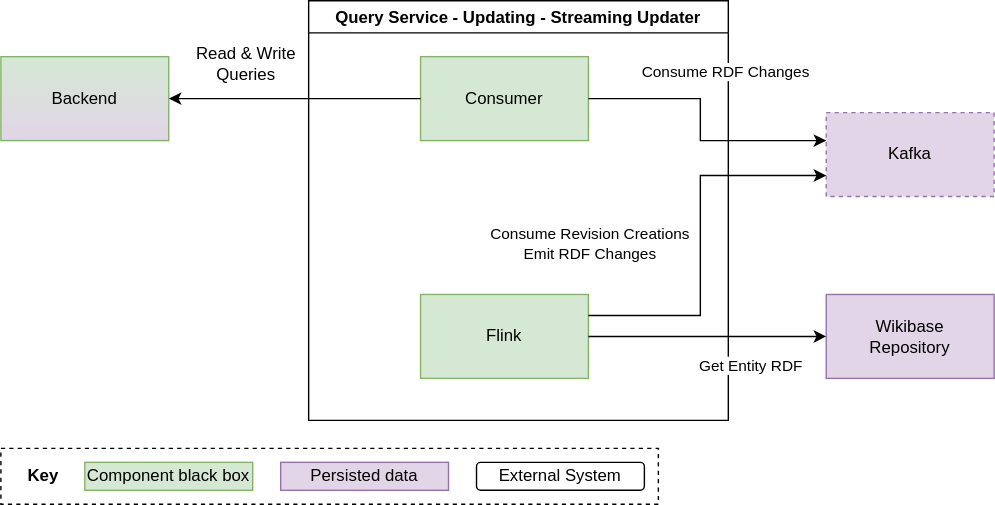
The draw.io diagram systems/Query/diagrams/05-02-streaming-updater.drawio.svg in wmde/wikidata-wikibase-architecture, before a commit. Source tidied: cells renumbered, new cells last; positions are measured from the earlier drawing's top-left corner, leaving out a move shared by most shapes.
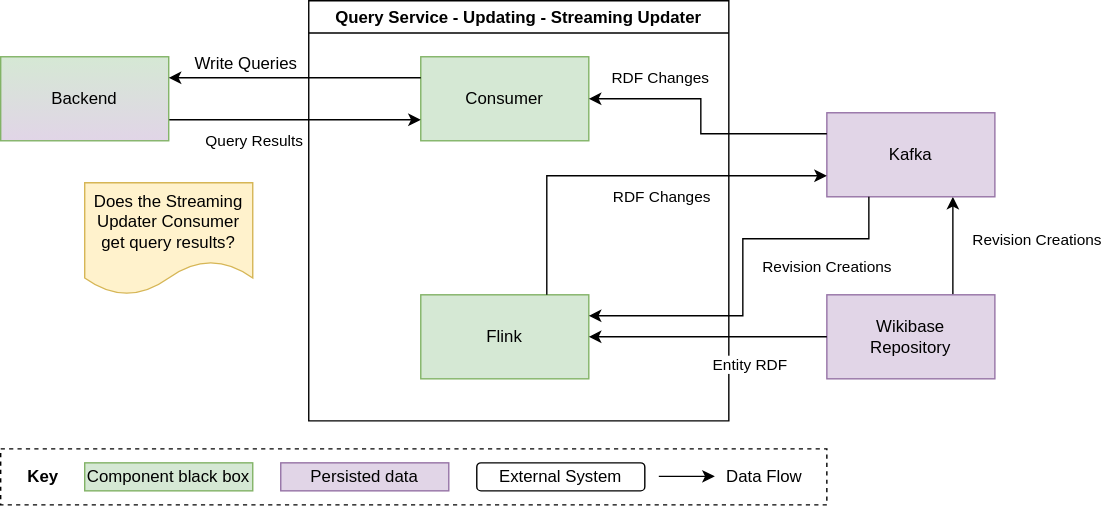
After the change.

Commit message:
Fix all query arrow directions & add to key

Change to the diagram source:
```diff
@@ -12,7 +12,7 @@
       <mxGeometry x="80" y="40" width="120" height="60" as="geometry" />
     </mxCell>
     <mxCell id="5" style="rounded=0;whiteSpace=wrap;html=1;fillColor=none;dashed=1;" parent="1" vertex="1">
-      <mxGeometry y="320" width="470" height="40" as="geometry" />
+      <mxGeometry y="320" width="590" height="40" as="geometry" />
     </mxCell>
     <mxCell id="6" value="&lt;b&gt;Key&lt;/b&gt;" style="text;html=1;align=center;verticalAlign=middle;strokeColor=none;" parent="1" vertex="1">
       <mxGeometry x="10" y="330" width="40" height="20" as="geometry" />
@@ -26,55 +26,91 @@
     <mxCell id="9" value="External System" style="rounded=1;whiteSpace=wrap;html=1;align=center;" parent="1" vertex="1">
       <mxGeometry x="340" y="330" width="120" height="20" as="geometry" />
     </mxCell>
+    <mxCell id="21" style="edgeStyle=orthogonalEdgeStyle;rounded=0;jettySize=auto;html=1;exitX=1;exitY=0.75;exitDx=0;exitDy=0;entryX=0;entryY=0.75;entryDx=0;entryDy=0;" parent="1" edge="1" source="10" target="4">
+      <mxGeometry relative="1" as="geometry" />
+    </mxCell>
+    <mxCell id="22" value="Query Results" style="edgeLabel;html=1;align=center;verticalAlign=middle;" parent="21" vertex="1">
+      <mxGeometry x="-0.34" y="-1" relative="1" as="geometry">
+        <mxPoint x="1" y="14" as="offset" />
+      </mxGeometry>
+    </mxCell>
     <mxCell id="10" value="Backend" style="rounded=0;whiteSpace=wrap;html=1;fillColor=#d5e8d4;strokeColor=#82b366;gradientColor=#E1D5E7;" parent="1" vertex="1">
       <mxGeometry y="40" width="120" height="60" as="geometry" />
     </mxCell>
+    <mxCell id="23" style="edgeStyle=orthogonalEdgeStyle;rounded=0;jettySize=auto;html=1;exitX=0.75;exitY=0;exitDx=0;exitDy=0;entryX=0.75;entryY=1;entryDx=0;entryDy=0;startArrow=none;startFill=0;endArrow=classic;endFill=1;" parent="1" edge="1" source="11" target="12">
+      <mxGeometry relative="1" as="geometry" />
+    </mxCell>
+    <mxCell id="24" value="Revision Creations" style="edgeLabel;html=1;align=center;verticalAlign=middle;" parent="23" vertex="1">
+      <mxGeometry x="-0.27" y="-1" relative="1" as="geometry">
+        <mxPoint x="59" y="-14" as="offset" />
+      </mxGeometry>
+    </mxCell>
     <mxCell id="11" value="Wikibase&lt;br&gt;Repository" style="rounded=0;whiteSpace=wrap;html=1;fillColor=#e1d5e7;strokeColor=#9673a6;" parent="1" vertex="1">
       <mxGeometry x="590" y="210" width="120" height="60" as="geometry" />
     </mxCell>
-    <mxCell id="12" value="Kafka" style="rounded=0;whiteSpace=wrap;html=1;dashed=1;fillColor=#e1d5e7;strokeColor=#9673a6;" parent="1" vertex="1">
+    <mxCell id="12" value="Kafka" style="rounded=0;whiteSpace=wrap;html=1;fillColor=#e1d5e7;strokeColor=#9673a6;" parent="1" vertex="1">
       <mxGeometry x="590" y="80" width="120" height="60" as="geometry" />
     </mxCell>
-    <mxCell id="13" style="edgeStyle=orthogonalEdgeStyle;rounded=0;jettySize=auto;html=1;entryX=1;entryY=0.5;entryDx=0;entryDy=0;exitX=0;exitY=0.5;exitDx=0;exitDy=0;" parent="1" edge="1" source="4" target="10">
+    <mxCell id="13" style="edgeStyle=orthogonalEdgeStyle;rounded=0;jettySize=auto;html=1;entryX=1;entryY=0.25;entryDx=0;entryDy=0;exitX=0;exitY=0.25;exitDx=0;exitDy=0;" parent="1" edge="1" source="4" target="10">
       <mxGeometry relative="1" as="geometry" />
     </mxCell>
-    <mxCell id="14" style="edgeStyle=entityRelationEdgeStyle;rounded=0;jettySize=auto;html=1;exitX=1;exitY=0.5;exitDx=0;exitDy=0;entryX=0;entryY=0.5;entryDx=0;entryDy=0;elbow=vertical;" parent="1" edge="1" source="3" target="11">
+    <mxCell id="14" style="edgeStyle=entityRelationEdgeStyle;rounded=0;jettySize=auto;html=1;exitX=1;exitY=0.5;exitDx=0;exitDy=0;entryX=0;entryY=0.5;entryDx=0;entryDy=0;elbow=vertical;startArrow=classic;startFill=1;endArrow=none;endFill=0;" parent="1" edge="1" source="3" target="11">
       <mxGeometry relative="1" as="geometry" />
     </mxCell>
-    <mxCell id="15" value="Get Entity RDF" style="edgeLabel;html=1;align=center;verticalAlign=middle;" parent="14" vertex="1">
+    <mxCell id="15" value="Entity RDF" style="edgeLabel;html=1;align=center;verticalAlign=middle;" parent="14" vertex="1">
       <mxGeometry x="0.56" y="1" relative="1" as="geometry">
         <mxPoint x="-18" y="21" as="offset" />
       </mxGeometry>
     </mxCell>
-    <mxCell id="16" value="Read &amp;amp; Write&lt;br&gt;Queries" style="text;html=1;align=center;verticalAlign=middle;strokeColor=none;" parent="1" vertex="1">
-      <mxGeometry x="130" y="30" width="90" height="30" as="geometry" />
+    <mxCell id="16" value="Write Queries" style="text;html=1;align=center;verticalAlign=middle;strokeColor=none;" parent="1" vertex="1">
+      <mxGeometry x="130" y="35" width="90" height="20" as="geometry" />
     </mxCell>
-    <mxCell id="17" style="edgeStyle=orthogonalEdgeStyle;rounded=0;jettySize=auto;html=1;" parent="1" edge="1" source="4">
+    <mxCell id="17" style="edgeStyle=orthogonalEdgeStyle;rounded=0;jettySize=auto;html=1;entryX=0;entryY=0.25;entryDx=0;entryDy=0;startArrow=classic;startFill=1;endArrow=none;endFill=0;" parent="1" edge="1" source="4" target="12">
       <mxGeometry relative="1" as="geometry">
-        <mxPoint x="590" y="100" as="targetPoint" />
         <Array as="points">
           <mxPoint x="500" y="70" />
-          <mxPoint x="500" y="100" />
+          <mxPoint x="500" y="95" />
         </Array>
       </mxGeometry>
     </mxCell>
-    <mxCell id="18" value="Consume RDF Changes" style="edgeLabel;html=1;align=center;verticalAlign=middle;" parent="17" vertex="1">
+    <mxCell id="18" value="RDF Changes" style="edgeLabel;html=1;align=center;verticalAlign=middle;" parent="17" vertex="1">
       <mxGeometry x="0.24" y="3" relative="1" as="geometry">
-        <mxPoint x="3" y="-47" as="offset" />
+        <mxPoint x="-46" y="-37" as="offset" />
       </mxGeometry>
     </mxCell>
-    <mxCell id="19" style="edgeStyle=orthogonalEdgeStyle;rounded=0;jettySize=auto;html=1;entryX=0;entryY=0.75;entryDx=0;entryDy=0;exitX=1;exitY=0.25;exitDx=0;exitDy=0;" parent="1" edge="1" source="3" target="12">
+    <mxCell id="19" style="edgeStyle=orthogonalEdgeStyle;rounded=0;jettySize=auto;html=1;entryX=0.25;entryY=1;entryDx=0;entryDy=0;exitX=1;exitY=0.25;exitDx=0;exitDy=0;startArrow=classic;startFill=1;endArrow=none;endFill=0;" parent="1" edge="1" source="3" target="12">
       <mxGeometry relative="1" as="geometry">
         <Array as="points">
-          <mxPoint x="500" y="225" />
-          <mxPoint x="500" y="125" />
+          <mxPoint x="530" y="225" />
+          <mxPoint x="530" y="170" />
+          <mxPoint x="620" y="170" />
         </Array>
       </mxGeometry>
     </mxCell>
-    <mxCell id="20" value="Consume Revision Creations&lt;br&gt;Emit RDF Changes&lt;br&gt;" style="edgeLabel;html=1;align=center;verticalAlign=middle;" parent="19" vertex="1">
-      <mxGeometry x="0.17" y="2" relative="1" as="geometry">
-        <mxPoint x="-78" y="27" as="offset" />
-      </mxGeometry>
-    </mxCell>
+    <mxCell id="25" value="Revision Creations" style="edgeLabel;html=1;align=center;verticalAlign=middle;" parent="19" vertex="1">
+      <mxGeometry x="0.33" y="-1" relative="1" as="geometry">
+        <mxPoint x="35" y="19" as="offset" />
+      </mxGeometry>
+    </mxCell>
+    <mxCell id="26" style="endArrow=classic;html=1;" parent="1" edge="1">
+      <mxGeometry relative="1" as="geometry">
+        <mxPoint x="470" y="339.7" as="sourcePoint" />
+        <mxPoint x="510" y="339.7" as="targetPoint" />
+      </mxGeometry>
+    </mxCell>
+    <mxCell id="27" value="Data Flow" style="text;html=1;align=center;verticalAlign=middle;strokeColor=none;" parent="1" vertex="1">
+      <mxGeometry x="510" y="330" width="70" height="20" as="geometry" />
+    </mxCell>
+    <mxCell id="28" value="Does the Streaming Updater Consumer get query results?" style="shape=document;whiteSpace=wrap;html=1;boundedLbl=1;fillColor=#fff2cc;strokeColor=#d6b656;" parent="1" vertex="1">
+      <mxGeometry x="60" y="130" width="120" height="80" as="geometry" />
+    </mxCell>
+    <mxCell id="29" style="edgeStyle=orthogonalEdgeStyle;rounded=0;jettySize=auto;html=1;exitX=0.75;exitY=0;exitDx=0;exitDy=0;entryX=0;entryY=0.75;entryDx=0;entryDy=0;startArrow=none;startFill=0;endArrow=classic;endFill=1;" parent="1" edge="1" source="3" target="12">
+      <mxGeometry relative="1" as="geometry" />
+    </mxCell>
+    <mxCell id="30" value="RDF Changes" style="edgeLabel;html=1;align=center;verticalAlign=middle;" parent="29" vertex="1">
+      <mxGeometry x="0.17" relative="1" as="geometry">
+        <mxPoint y="15" as="offset" />
+      </mxGeometry>
+    </mxCell>
   </root>
 </mxGraphModel>
```
